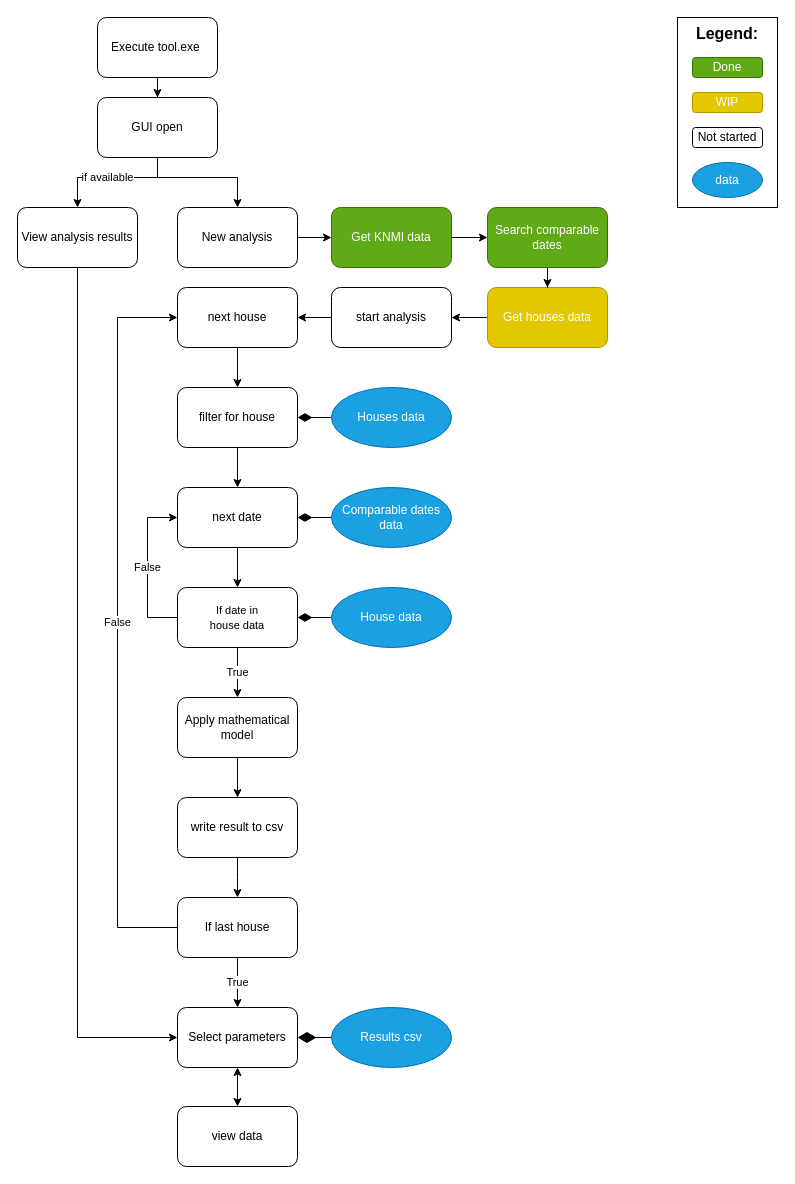
This is tool flowchart.drawio from Luko-14/tool, a draw.io file, before an edit. Source tidied: cells renumbered, new cells numbered last; positions are measured from the earlier drawing's top-left corner, leaving out a move shared by most shapes. Both pictures are drawn from the tidied source at 100%, with x=0, y=0 at pixel (17, 17).
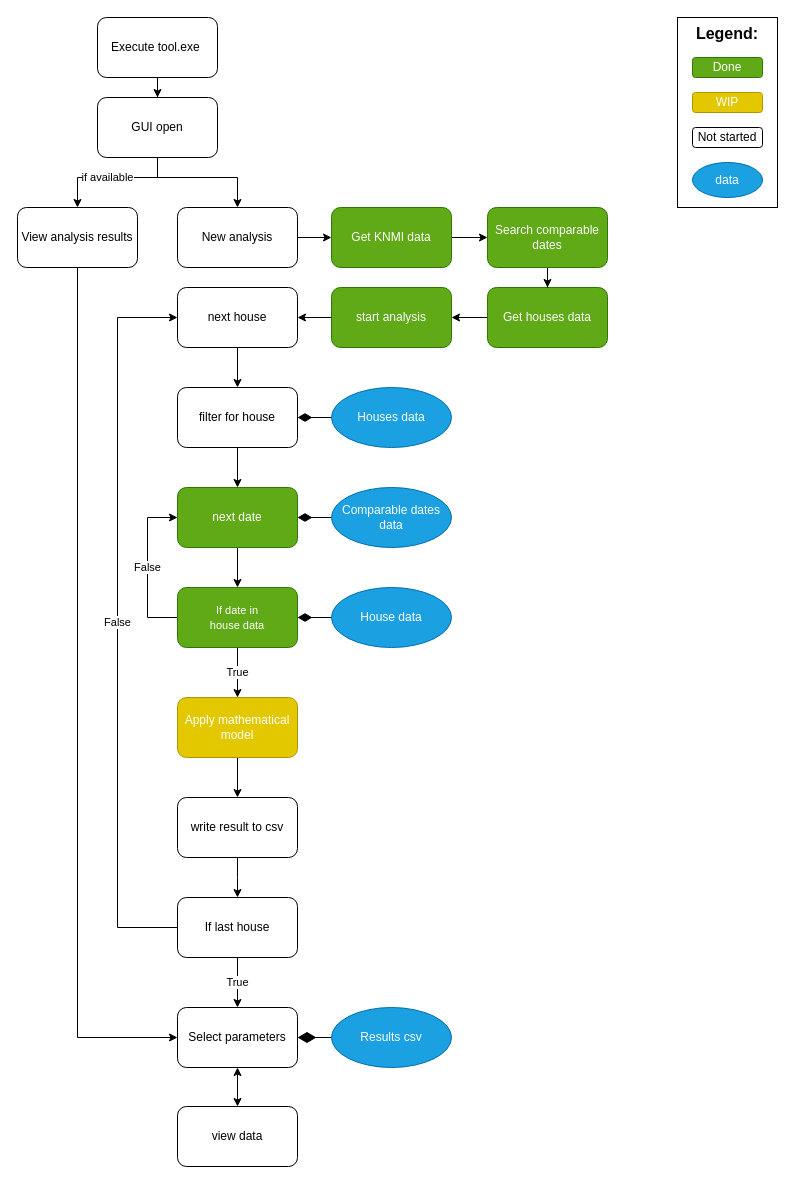
After the change.

Commit message:
flowchard bijgewerkt

Change to the diagram source:
```diff
@@
-    <mxCell id="11" value="start analysis" style="whiteSpace=wrap;html=1;rounded=1;" parent="1" vertex="1">
+    <mxCell id="11" value="start analysis" style="whiteSpace=wrap;html=1;rounded=1;fillColor=#60a917;strokeColor=#2D7600;fontColor=#ffffff;" parent="1" vertex="1">
       <mxGeometry x="314" y="270" width="120" height="60" as="geometry" />
     </mxCell>
@@
-    <mxCell id="22" value="Get houses data" style="whiteSpace=wrap;html=1;rounded=1;fillColor=#e3c800;strokeColor=#B09500;fontColor=#ffffff;" parent="1" vertex="1">
+    <mxCell id="22" value="Get houses data" style="whiteSpace=wrap;html=1;rounded=1;fillColor=#60a917;strokeColor=#2D7600;fontColor=#ffffff;" parent="1" vertex="1">
       <mxGeometry x="470" y="270" width="120" height="60" as="geometry" />
     </mxCell>
@@
-    <mxCell id="26" value="next date" style="rounded=1;whiteSpace=wrap;html=1;" parent="1" vertex="1">
+    <mxCell id="26" value="next date" style="rounded=1;whiteSpace=wrap;html=1;fillColor=#60a917;strokeColor=#2D7600;fontColor=#ffffff;" parent="1" vertex="1">
       <mxGeometry x="160" y="470" width="120" height="60" as="geometry" />
     </mxCell>
@@
-    <mxCell id="37" value="&lt;span style=&quot;font-size: 11px&quot;&gt;If date in&lt;/span&gt;&lt;br style=&quot;font-size: 11px&quot;&gt;&lt;span style=&quot;font-size: 11px&quot;&gt;house data&lt;/span&gt;" style="whiteSpace=wrap;html=1;rounded=1;" parent="1" vertex="1">
+    <mxCell id="37" value="&lt;span style=&quot;font-size: 11px&quot;&gt;If date in&lt;/span&gt;&lt;br style=&quot;font-size: 11px&quot;&gt;&lt;span style=&quot;font-size: 11px&quot;&gt;house data&lt;/span&gt;" style="whiteSpace=wrap;html=1;rounded=1;fillColor=#60a917;strokeColor=#2D7600;fontColor=#ffffff;" parent="1" vertex="1">
       <mxGeometry x="160" y="570" width="120" height="60" as="geometry" />
     </mxCell>
@@
-    <mxCell id="41" value="Apply mathematical model" style="whiteSpace=wrap;html=1;rounded=1;" parent="1" vertex="1">
+    <mxCell id="41" value="Apply mathematical model" style="whiteSpace=wrap;html=1;rounded=1;fillColor=#e3c800;strokeColor=#B09500;fontColor=#ffffff;" parent="1" vertex="1">
       <mxGeometry x="160" y="680" width="120" height="60" as="geometry" />
     </mxCell>
```
